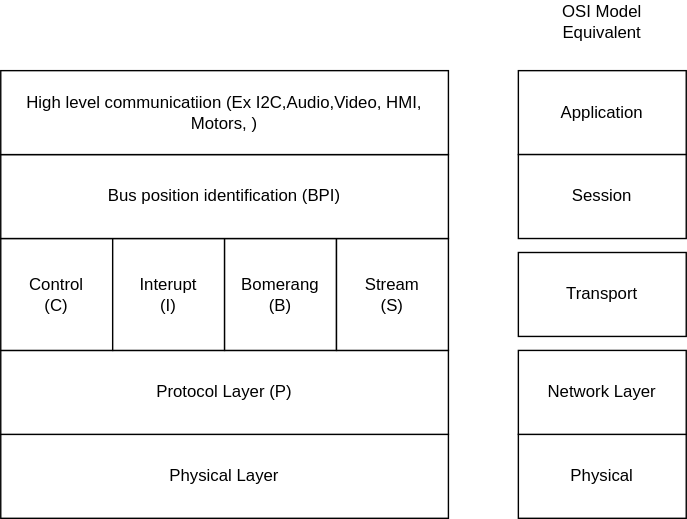
Above: Protocol_stack.svg in cdg66/BUS_figures (draw.io), before the change. Source tidied: cells renumbered, new cells last; positions are measured from the earlier drawing's top-left corner, leaving out a move shared by most shapes.
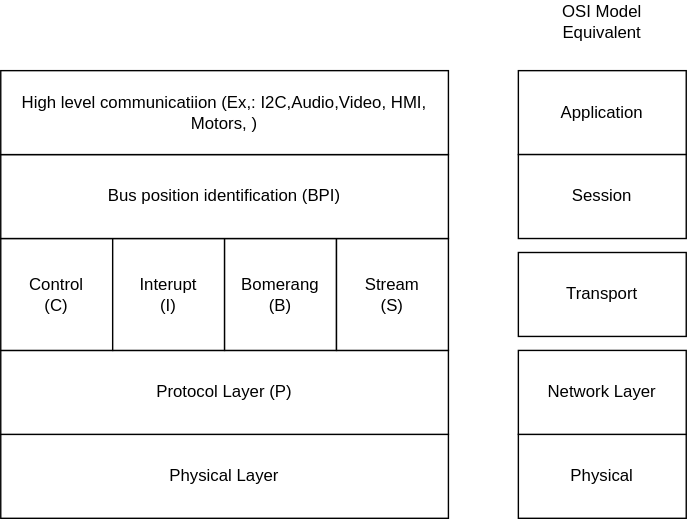
After the change.

The edit, as a diff of the source:
```diff
@@ -23,7 +23,7 @@
     <mxCell id="8" value="Bus position identification (BPI)" style="rounded=0;whiteSpace=wrap;html=1;" parent="1" vertex="1">
       <mxGeometry y="110" width="320" height="60" as="geometry" />
     </mxCell>
-    <mxCell id="9" value="High level communicatiion (Ex I2C,Audio,Video, HMI, Motors, )" style="rounded=0;whiteSpace=wrap;html=1;" parent="1" vertex="1">
+    <mxCell id="9" value="High level communicatiion (Ex,: I2C,Audio,Video, HMI, Motors, )" style="rounded=0;whiteSpace=wrap;html=1;" parent="1" vertex="1">
       <mxGeometry y="50" width="320" height="60" as="geometry" />
     </mxCell>
     <mxCell id="10" value="OSI Model Equivalent" style="text;html=1;strokeColor=none;fillColor=none;align=center;verticalAlign=middle;whiteSpace=wrap;rounded=0;" parent="1" vertex="1">
```
